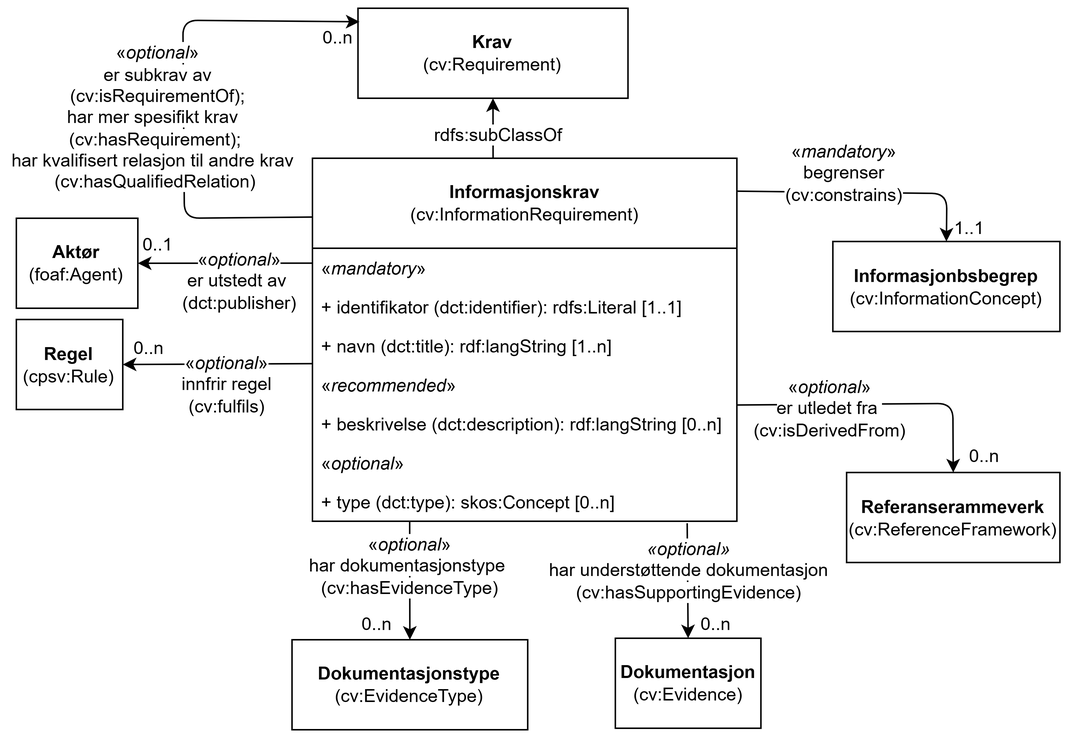
Above: docs/images/KlassenInformasjonskrav.png in Informasjonsforvaltning/cccev-ap-no (draw.io), before the change. Source tidied: cells renumbered, new cells last; positions are measured from the earlier drawing's top-left corner, leaving out a move shared by most shapes.
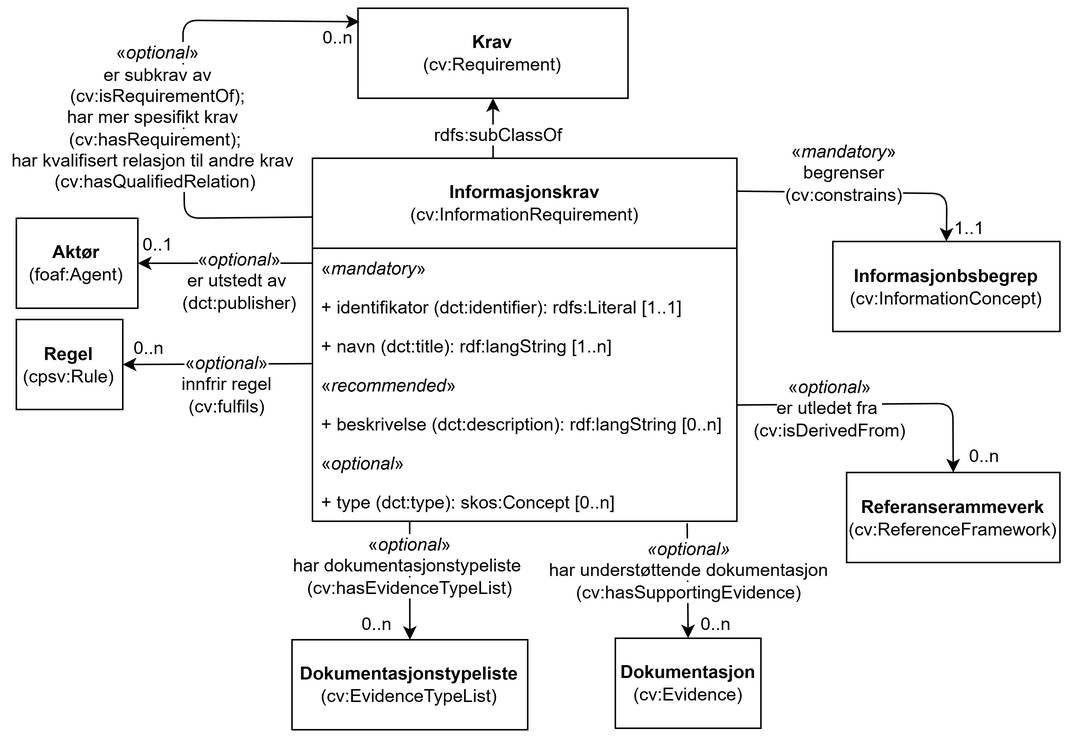
Later version of the same file.

Commit message:
Oppdaterer bruk av Dokumentasjonstypeliste

Change to the diagram source:
```diff
@@ -126,7 +126,7 @@
     <mxCell id="35" value="0..n" style="text;html=1;strokeColor=none;fillColor=none;align=center;verticalAlign=middle;whiteSpace=wrap;rounded=0;" parent="1" vertex="1">
       <mxGeometry x="637.7" y="289" width="26" height="20" as="geometry" />
     </mxCell>
-    <mxCell id="36" value="&lt;b&gt;Dokumentasjonstype&lt;br&gt;&lt;/b&gt;(cv:EvidenceType)" style="rounded=0;whiteSpace=wrap;html=1;fillColor=none;strokeColor=#000000;" parent="1" vertex="1">
+    <mxCell id="36" value="&lt;b&gt;Dokumentasjonstypeliste&lt;br&gt;&lt;/b&gt;(cv:EvidenceTypeList)" style="rounded=0;whiteSpace=wrap;html=1;fillColor=none;strokeColor=#000000;" parent="1" vertex="1">
       <mxGeometry x="189.2" y="421" width="157.1" height="60" as="geometry" />
     </mxCell>
     <mxCell id="37" style="endArrow=classic;html=1;rounded=0;entryX=0.5;entryY=0;entryDx=0;entryDy=0;exitX=0.23;exitY=0.978;exitDx=0;exitDy=0;exitPerimeter=0;" parent="1" edge="1" target="36">
@@ -134,7 +134,7 @@
         <mxPoint x="267.6" y="342" as="sourcePoint" />
       </mxGeometry>
     </mxCell>
-    <mxCell id="38" value="&lt;span style=&quot;background-color: rgb(255, 255, 255);&quot;&gt;«&lt;i style=&quot;&quot;&gt;optional&lt;/i&gt;»&lt;br&gt;har dokumentasjonstype&amp;nbsp;&lt;br&gt;(cv:hasEvidenceType)&lt;/span&gt;" style="text;html=1;strokeColor=none;fillColor=none;align=center;verticalAlign=middle;whiteSpace=wrap;rounded=0;" parent="1" vertex="1">
+    <mxCell id="38" value="&lt;span style=&quot;background-color: rgb(255, 255, 255);&quot;&gt;«&lt;i style=&quot;&quot;&gt;optional&lt;/i&gt;»&lt;br&gt;har dokumentasjonstypeliste&amp;nbsp;&lt;br&gt;(cv:hasEvidenceTypeList)&lt;/span&gt;" style="text;html=1;strokeColor=none;fillColor=none;align=center;verticalAlign=middle;whiteSpace=wrap;rounded=0;" parent="1" vertex="1">
       <mxGeometry x="185" y="346" width="165.5" height="52" as="geometry" />
     </mxCell>
     <mxCell id="39" value="0..n" style="text;html=1;strokeColor=none;fillColor=none;align=center;verticalAlign=middle;whiteSpace=wrap;rounded=0;" parent="1" vertex="1">
```
